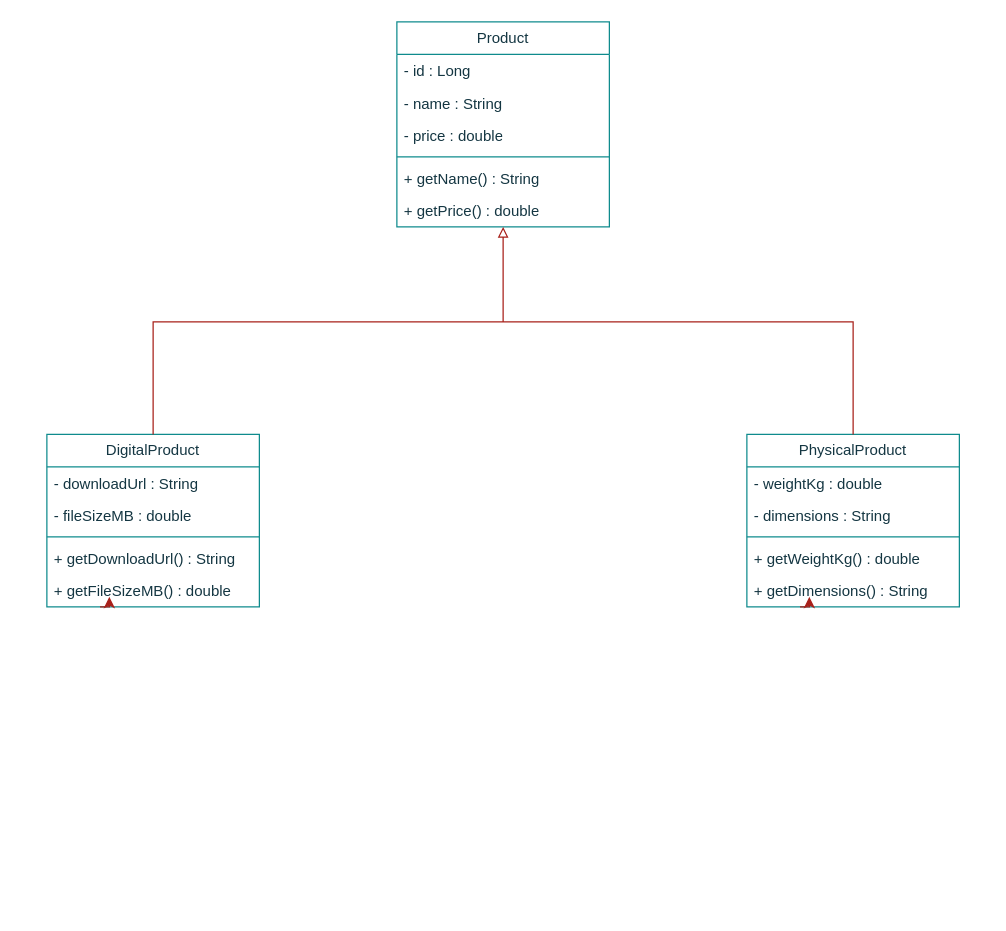
The draw.io diagram docs/uml/product-hierarchy.drawio in arlo19/products-api, before the edit. Source tidied: cells renumbered, new cells numbered last; positions are measured from the earlier drawing's top-left corner, leaving out a move shared by most shapes. Both pictures are drawn from the tidied source at 125%, with x=0, y=0 at pixel (46, 21).
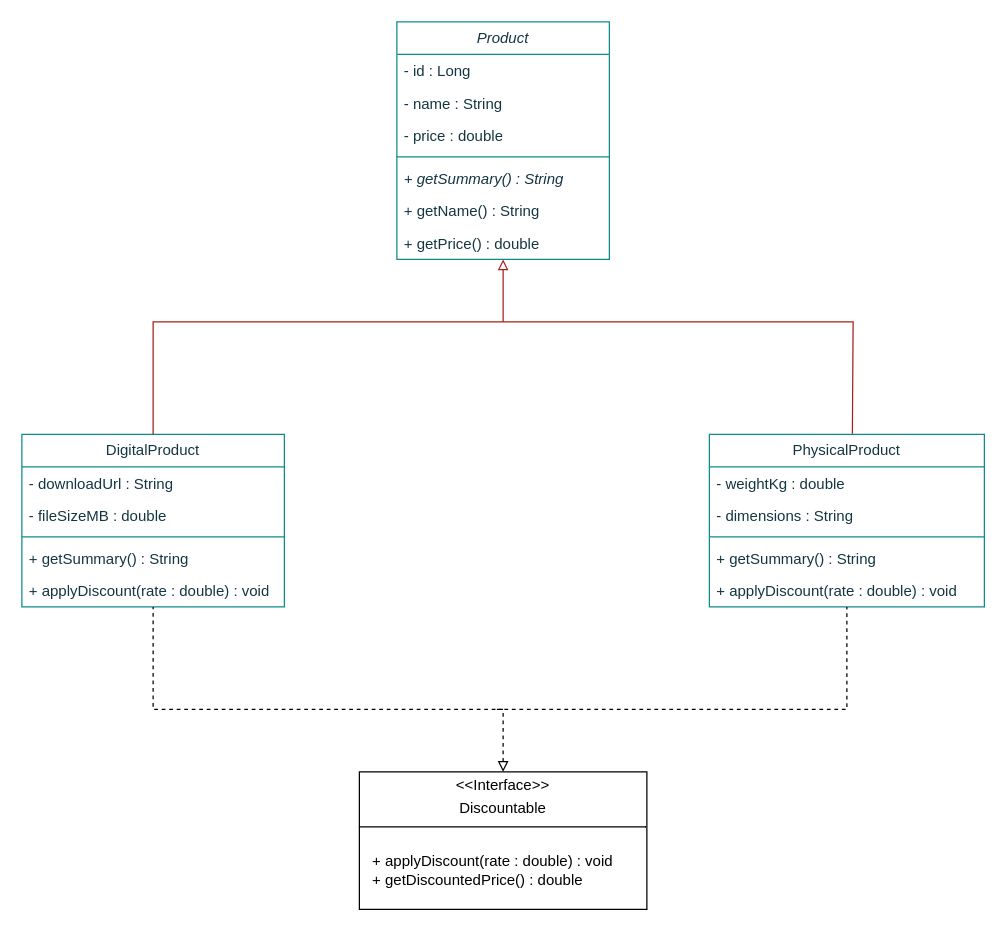
The same page after the edit.

Commit message (it also covers changes not shown here):
Tutorial 5: polymorphism — getSummary override and Discountable interface

Diff of the diagram source:
```diff
@@
-    <mxCell id="2" value="Product" style="swimlane;fontStyle=0;horizontal=1;startSize=26;fillColor=none;whiteSpace=wrap;html=1;labelBackgroundColor=none;strokeColor=#0F8B8D;fontColor=#143642;" parent="1" vertex="1">
-      <mxGeometry x="280" width="170" height="164" as="geometry" />
+    <mxCell id="2" value="&lt;i&gt;Product&lt;/i&gt;" style="swimlane;fontStyle=0;horizontal=1;startSize=26;fillColor=none;whiteSpace=wrap;html=1;labelBackgroundColor=none;strokeColor=#0F8B8D;fontColor=#143642;" parent="1" vertex="1">
+      <mxGeometry x="280" width="170" height="190" as="geometry" />
     </mxCell>
@@
+    <mxCell id="25" value="&lt;i&gt;+ getSummary() : String&lt;/i&gt;" style="text;strokeColor=none;fillColor=none;align=left;verticalAlign=top;spacingLeft=4;spacingRight=4;overflow=hidden;whiteSpace=wrap;html=1;labelBackgroundColor=none;fontColor=#143642;" parent="2" vertex="1">
+      <mxGeometry y="112" width="170" height="26" as="geometry" />
+    </mxCell>
     <mxCell id="7" value="+ getName() : String" style="text;strokeColor=none;fillColor=none;align=left;verticalAlign=top;spacingLeft=4;spacingRight=4;overflow=hidden;whiteSpace=wrap;html=1;labelBackgroundColor=none;fontColor=#143642;" parent="2" vertex="1">
-      <mxGeometry y="112" width="170" height="26" as="geometry" />
+      <mxGeometry y="138" width="170" height="26" as="geometry" />
     </mxCell>
     <mxCell id="8" value="+ getPrice() : double" style="text;strokeColor=none;fillColor=none;align=left;verticalAlign=top;spacingLeft=4;spacingRight=4;overflow=hidden;whiteSpace=wrap;html=1;labelBackgroundColor=none;fontColor=#143642;" parent="2" vertex="1">
-      <mxGeometry y="138" width="170" height="26" as="geometry" />
+      <mxGeometry y="164" width="170" height="26" as="geometry" />
     </mxCell>
@@
     <mxCell id="10" value="DigitalProduct" style="swimlane;fontStyle=0;horizontal=1;startSize=26;fillColor=none;whiteSpace=wrap;html=1;labelBackgroundColor=none;strokeColor=#0F8B8D;fontColor=#143642;" parent="1" vertex="1">
-      <mxGeometry y="330" width="170" height="138" as="geometry" />
+      <mxGeometry x="-20" y="330" width="210" height="138" as="geometry" />
     </mxCell>
     <mxCell id="11" value="- downloadUrl : String" style="text;strokeColor=none;fillColor=none;align=left;verticalAlign=top;spacingLeft=4;spacingRight=4;overflow=hidden;whiteSpace=wrap;html=1;labelBackgroundColor=none;fontColor=#143642;" parent="10" vertex="1">
-      <mxGeometry y="26" width="170" height="26" as="geometry" />
+      <mxGeometry y="26" width="210" height="26" as="geometry" />
     </mxCell>
     <mxCell id="12" value="- fileSizeMB : double" style="text;strokeColor=none;fillColor=none;align=left;verticalAlign=top;spacingLeft=4;spacingRight=4;overflow=hidden;whiteSpace=wrap;html=1;labelBackgroundColor=none;fontColor=#143642;" parent="10" vertex="1">
-      <mxGeometry y="52" width="170" height="26" as="geometry" />
+      <mxGeometry y="52" width="210" height="26" as="geometry" />
     </mxCell>
     <mxCell id="13" style="line;strokeWidth=1;fillColor=none;align=left;verticalAlign=middle;spacingTop=-1;spacingLeft=3;spacingRight=3;labelPosition=right;strokeColor=#0F8B8D;labelPerimeter=1;labelBackgroundColor=none;fontColor=#143642;" parent="10" vertex="1">
-      <mxGeometry y="78" width="170" height="8" as="geometry" />
+      <mxGeometry y="78" width="210" height="8" as="geometry" />
     </mxCell>
-    <mxCell id="14" value="+ getDownloadUrl() : String" style="text;strokeColor=none;fillColor=none;align=left;verticalAlign=top;spacingLeft=4;spacingRight=4;overflow=hidden;whiteSpace=wrap;html=1;labelBackgroundColor=none;fontColor=#143642;" parent="10" vertex="1">
-      <mxGeometry y="86" width="170" height="26" as="geometry" />
+    <mxCell id="14" value="+ getSummary() : String" style="text;strokeColor=none;fillColor=none;align=left;verticalAlign=top;spacingLeft=4;spacingRight=4;overflow=hidden;whiteSpace=wrap;html=1;labelBackgroundColor=none;fontColor=#143642;" parent="10" vertex="1">
+      <mxGeometry y="86" width="210" height="26" as="geometry" />
     </mxCell>
-    <mxCell id="15" value="+ getFileSizeMB() : double" style="text;strokeColor=none;fillColor=none;align=left;verticalAlign=top;spacingLeft=4;spacingRight=4;overflow=hidden;points=[[0,0.5],[1,0.5]];portConstraint=eastwest;whiteSpace=wrap;html=1;labelBackgroundColor=none;fontColor=#143642;" parent="10" vertex="1">
-      <mxGeometry y="112" width="170" height="26" as="geometry" />
+    <mxCell id="15" value="+ applyDiscount(rate : double) : void" style="text;strokeColor=none;fillColor=none;align=left;verticalAlign=top;spacingLeft=4;spacingRight=4;overflow=hidden;points=[[0,0.5],[1,0.5]];portConstraint=eastwest;whiteSpace=wrap;html=1;labelBackgroundColor=none;fontColor=#143642;" parent="10" vertex="1">
+      <mxGeometry y="112" width="210" height="26" as="geometry" />
     </mxCell>
-    <mxCell id="16" style="edgeStyle=orthogonalEdgeStyle;rounded=0;jettySize=auto;html=1;exitX=0.25;exitY=1;exitDx=0;exitDy=0;entryX=0.294;entryY=0.692;entryDx=0;entryDy=0;entryPerimeter=0;defaultLabelBackgroundColor=page;labelPadding=0 4;strokeColor=#A8201A;fontColor=default;" parent="10" edge="1" source="10" target="15">
-      <mxGeometry relative="1" as="geometry" />
-    </mxCell>
     <mxCell id="17" value="PhysicalProduct" style="swimlane;fontStyle=0;horizontal=1;startSize=26;fillColor=none;whiteSpace=wrap;html=1;labelBackgroundColor=none;strokeColor=#0F8B8D;fontColor=#143642;" parent="1" vertex="1">
-      <mxGeometry x="560" y="330" width="170" height="138" as="geometry" />
+      <mxGeometry x="530" y="330" width="220" height="138" as="geometry" />
     </mxCell>
     <mxCell id="18" value="- weightKg : double" style="text;strokeColor=none;fillColor=none;align=left;verticalAlign=top;spacingLeft=4;spacingRight=4;overflow=hidden;whiteSpace=wrap;html=1;labelBackgroundColor=none;fontColor=#143642;" parent="17" vertex="1">
-      <mxGeometry y="26" width="170" height="26" as="geometry" />
+      <mxGeometry y="26" width="220" height="26" as="geometry" />
     </mxCell>
     <mxCell id="19" value="- dimensions : String" style="text;strokeColor=none;fillColor=none;align=left;verticalAlign=top;spacingLeft=4;spacingRight=4;overflow=hidden;whiteSpace=wrap;html=1;labelBackgroundColor=none;fontColor=#143642;" parent="17" vertex="1">
-      <mxGeometry y="52" width="170" height="26" as="geometry" />
+      <mxGeometry y="52" width="220" height="26" as="geometry" />
     </mxCell>
     <mxCell id="20" style="line;strokeWidth=1;fillColor=none;align=left;verticalAlign=middle;spacingTop=-1;spacingLeft=3;spacingRight=3;labelPosition=right;strokeColor=#0F8B8D;labelPerimeter=1;labelBackgroundColor=none;fontColor=#143642;" parent="17" vertex="1">
-      <mxGeometry y="78" width="170" height="8" as="geometry" />
+      <mxGeometry y="78" width="220" height="8" as="geometry" />
     </mxCell>
-    <mxCell id="21" value="+ getWeightKg() : double" style="text;strokeColor=none;fillColor=none;align=left;verticalAlign=top;spacingLeft=4;spacingRight=4;overflow=hidden;whiteSpace=wrap;html=1;labelBackgroundColor=none;fontColor=#143642;" parent="17" vertex="1">
-      <mxGeometry y="86" width="170" height="26" as="geometry" />
+    <mxCell id="21" value="+ getSummary() : String" style="text;strokeColor=none;fillColor=none;align=left;verticalAlign=top;spacingLeft=4;spacingRight=4;overflow=hidden;whiteSpace=wrap;html=1;labelBackgroundColor=none;fontColor=#143642;" parent="17" vertex="1">
+      <mxGeometry y="86" width="220" height="26" as="geometry" />
     </mxCell>
-    <mxCell id="22" value="+ getDimensions() : String" style="text;strokeColor=none;fillColor=none;align=left;verticalAlign=top;spacingLeft=4;spacingRight=4;overflow=hidden;points=[[0,0.5],[1,0.5]];portConstraint=eastwest;whiteSpace=wrap;html=1;labelBackgroundColor=none;fontColor=#143642;" parent="17" vertex="1">
-      <mxGeometry y="112" width="170" height="26" as="geometry" />
+    <mxCell id="22" value="+ applyDiscount(rate : double) : void" style="text;strokeColor=none;fillColor=none;align=left;verticalAlign=top;spacingLeft=4;spacingRight=4;overflow=hidden;points=[[0,0.5],[1,0.5]];portConstraint=eastwest;whiteSpace=wrap;html=1;labelBackgroundColor=none;fontColor=#143642;" parent="17" vertex="1">
+      <mxGeometry y="112" width="220" height="26" as="geometry" />
     </mxCell>
-    <mxCell id="23" style="edgeStyle=orthogonalEdgeStyle;rounded=0;jettySize=auto;html=1;exitX=0.25;exitY=1;exitDx=0;exitDy=0;entryX=0.294;entryY=0.692;entryDx=0;entryDy=0;entryPerimeter=0;defaultLabelBackgroundColor=page;labelPadding=0 4;strokeColor=#A8201A;fontColor=default;" parent="17" edge="1" source="17" target="22">
-      <mxGeometry relative="1" as="geometry" />
-    </mxCell>
-    <mxCell id="24" style="endArrow=none;html=1;rounded=0;defaultLabelBackgroundColor=page;labelPadding=0 4;exitX=0.5;exitY=0;exitDx=0;exitDy=0;entryX=0.5;entryY=0;entryDx=0;entryDy=0;endFill=0;startArrow=none;startFill=0;strokeColor=#A8201A;fontColor=default;" parent="1" edge="1" source="10" target="17">
+    <mxCell id="24" style="endArrow=none;html=1;rounded=0;defaultLabelBackgroundColor=page;labelPadding=0 4;exitX=0.5;exitY=0;exitDx=0;exitDy=0;entryX=0.52;entryY=-0.004;entryDx=0;entryDy=0;endFill=0;startArrow=none;startFill=0;strokeColor=#A8201A;fontColor=default;entryPerimeter=0;" parent="1" edge="1" source="10" target="17">
       <mxGeometry relative="1" as="geometry">
         <Array as="points">
           <mxPoint x="85" y="240" />
           <mxPoint x="645" y="240" />
         </Array>
       </mxGeometry>
     </mxCell>
+    <mxCell id="26" value="&lt;p style=&quot;margin:0px;margin-top:4px;text-align:center;&quot;&gt;&amp;lt;&amp;lt;Interface&amp;gt;&amp;gt;&lt;/p&gt;&lt;p style=&quot;margin:0px;margin-top:4px;text-align:center;&quot;&gt;&lt;code&gt;&lt;font face=&quot;Helvetica&quot;&gt;Discountable&lt;/font&gt;&lt;/code&gt;&lt;/p&gt;&lt;hr size=&quot;1&quot; style=&quot;border-style:solid;&quot;&gt;&lt;p style=&quot;margin:0px;margin-left:4px;&quot;&gt;&lt;br&gt;&lt;/p&gt;&lt;p style=&quot;margin:0px;margin-left:4px;&quot;&gt;&amp;nbsp; +&amp;nbsp;&lt;span style=&quot;background-color: transparent; color: light-dark(#000000, var(--ge-light-color, #ffffff));&quot;&gt;applyDiscount(rate : double) : void&lt;/span&gt;&lt;/p&gt;&lt;p style=&quot;margin:0px;margin-left:4px;&quot;&gt;&lt;span style=&quot;background-color: transparent; color: light-dark(#000000, var(--ge-light-color, #ffffff));&quot;&gt;&amp;nbsp; + getDiscountedPrice() : double&lt;/span&gt;&lt;/p&gt;&lt;p style=&quot;margin:0px;margin-left:4px;&quot;&gt;&lt;br&gt;&lt;/p&gt;" style="verticalAlign=top;align=left;overflow=fill;html=1;whiteSpace=wrap;" parent="1" vertex="1">
+      <mxGeometry x="250" y="600" width="230" height="110" as="geometry" />
+    </mxCell>
+    <mxCell id="27" style="endArrow=none;dashed=1;html=1;rounded=0;defaultLabelBackgroundColor=page;labelPadding=0 4;entryX=0.5;entryY=1;entryDx=0;entryDy=0;exitX=0.5;exitY=0;exitDx=0;exitDy=0;startArrow=block;startFill=0;" parent="1" edge="1" source="26" target="10">
+      <mxGeometry x="-0.28" relative="1" as="geometry">
+        <Array as="points">
+          <mxPoint x="365" y="550" />
+          <mxPoint x="85" y="550" />
+        </Array>
+      </mxGeometry>
+    </mxCell>
+    <mxCell id="28" style="endArrow=none;dashed=1;html=1;rounded=0;defaultLabelBackgroundColor=page;labelPadding=0 4;entryX=0.5;entryY=1;entryDx=0;entryDy=0;" parent="1" edge="1" target="17">
+      <mxGeometry x="0.03" relative="1" as="geometry">
+        <mxPoint x="360" y="550" as="sourcePoint" />
+        <Array as="points">
+          <mxPoint x="640" y="550" />
+        </Array>
+      </mxGeometry>
+    </mxCell>
```
